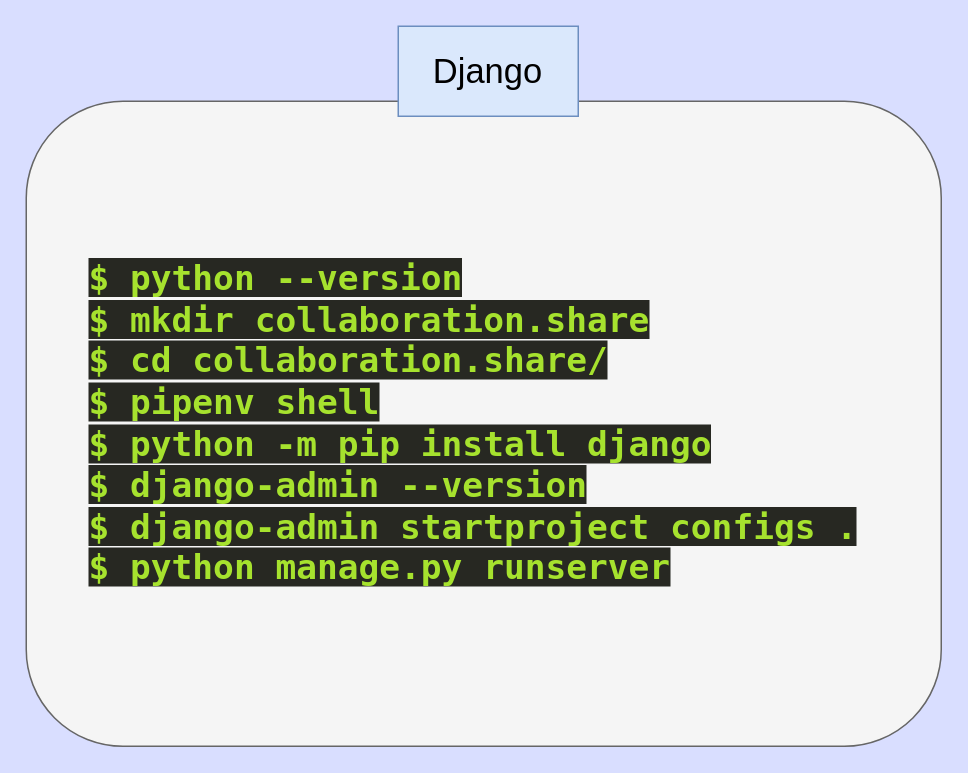
Earlier version of the draw.io diagram page "Django installation" (6 of 7) of Session 1.drawio (raminux/diagrams). Source tidied: cells renumbered, new cells numbered last; positions are measured from the earlier drawing's top-left corner, leaving out a move shared by most shapes. Both pictures are drawn from the tidied source at 150%, with x=0, y=0 at pixel (26, 26).
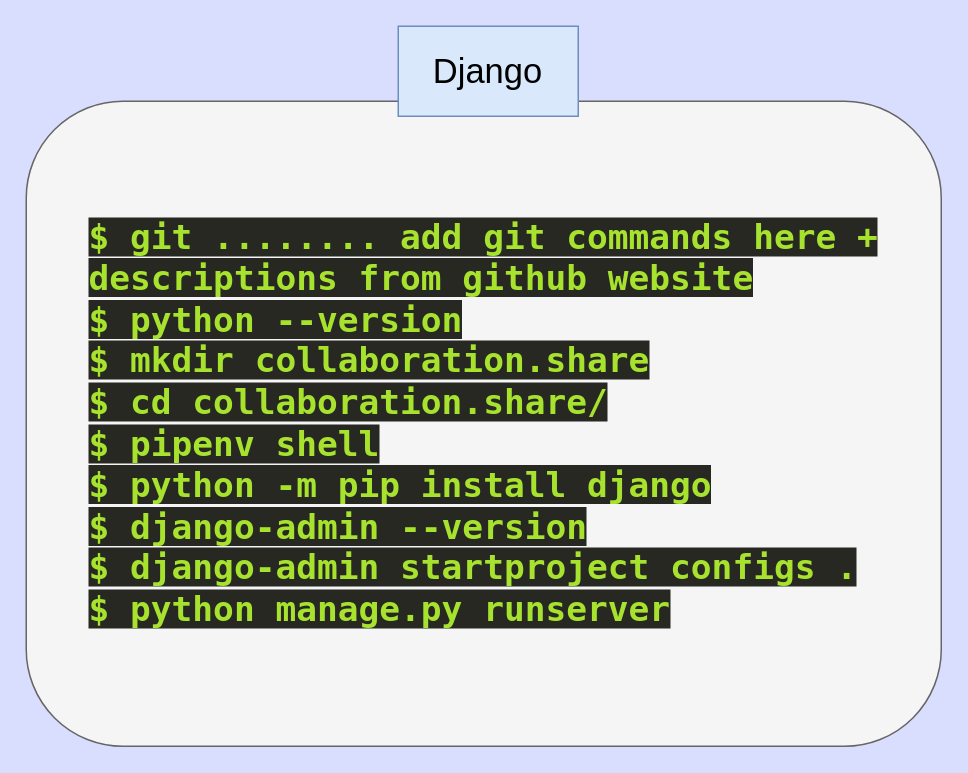
The same diagram, later.

Change to the diagram source:
```diff
@@
 <mxGraphModel background="#D9DEFF">
   <root>
     <mxCell id="0" />
     <mxCell id="1" parent="0" />
-    <mxCell id="2" value="&lt;div&gt;&lt;/div&gt;&lt;blockquote style=&quot;margin: 0 0 0 40px; border: none; padding: 0px;&quot;&gt;&lt;span style=&quot;background-color: rgb(39, 40, 34); color: rgb(166, 226, 46); font-family: &amp;quot;Droid Sans Mono&amp;quot;, &amp;quot;monospace&amp;quot;, monospace; font-size: 23px; font-weight: bold;&quot;&gt;$ python --version&lt;br&gt;&lt;/span&gt;&lt;span style=&quot;background-color: rgb(39, 40, 34); color: rgb(166, 226, 46); font-family: &amp;quot;Droid Sans Mono&amp;quot;, &amp;quot;monospace&amp;quot;, monospace; font-size: 23px; font-weight: bold;&quot;&gt;$ mkdir collaboration.share&lt;/span&gt;&lt;/blockquote&gt;&lt;blockquote style=&quot;margin: 0 0 0 40px; border: none; padding: 0px;&quot;&gt;&lt;span style=&quot;background-color: rgb(39, 40, 34); color: rgb(166, 226, 46); font-family: &amp;quot;Droid Sans Mono&amp;quot;, &amp;quot;monospace&amp;quot;, monospace; font-size: 23px; font-weight: bold;&quot;&gt;$ cd collaboration.share/&lt;br&gt;&lt;/span&gt;&lt;span style=&quot;background-color: rgb(39, 40, 34); color: rgb(166, 226, 46); font-family: &amp;quot;Droid Sans Mono&amp;quot;, &amp;quot;monospace&amp;quot;, monospace; font-size: 23px; font-weight: bold;&quot;&gt;$ pipenv shell&lt;br&gt;&lt;/span&gt;&lt;span style=&quot;background-color: rgb(39, 40, 34); color: rgb(166, 226, 46); font-family: &amp;quot;Droid Sans Mono&amp;quot;, &amp;quot;monospace&amp;quot;, monospace; font-size: 23px; font-weight: bold;&quot;&gt;$ python -m pip install django&lt;/span&gt;&lt;/blockquote&gt;&lt;blockquote style=&quot;margin: 0 0 0 40px; border: none; padding: 0px;&quot;&gt;&lt;span style=&quot;background-color: rgb(39, 40, 34); color: rgb(166, 226, 46); font-family: &amp;quot;Droid Sans Mono&amp;quot;, &amp;quot;monospace&amp;quot;, monospace; font-size: 23px; font-weight: bold;&quot;&gt;$ django-admin --version&lt;/span&gt;&lt;/blockquote&gt;&lt;blockquote style=&quot;margin: 0 0 0 40px; border: none; padding: 0px;&quot;&gt;&lt;span style=&quot;background-color: rgb(39, 40, 34); color: rgb(166, 226, 46); font-family: &amp;quot;Droid Sans Mono&amp;quot;, &amp;quot;monospace&amp;quot;, monospace; font-size: 23px; font-weight: bold;&quot;&gt;$ django-admin startproject configs .&lt;/span&gt;&lt;/blockquote&gt;&lt;blockquote style=&quot;margin: 0 0 0 40px; border: none; padding: 0px;&quot;&gt;&lt;span style=&quot;background-color: rgb(39, 40, 34); color: rgb(166, 226, 46); font-family: &amp;quot;Droid Sans Mono&amp;quot;, &amp;quot;monospace&amp;quot;, monospace; font-size: 23px; font-weight: bold;&quot;&gt;$ python manage.py runserver&lt;/span&gt;&lt;/blockquote&gt;" style="rounded=1;whiteSpace=wrap;html=1;fontSize=23;align=left;fillColor=#f5f5f5;fontColor=#333333;strokeColor=#666666;" parent="1" vertex="1">
+    <mxCell id="2" value="&lt;div&gt;&lt;/div&gt;&lt;blockquote style=&quot;margin: 0 0 0 40px; border: none; padding: 0px;&quot;&gt;&lt;span style=&quot;background-color: rgb(39, 40, 34); color: rgb(166, 226, 46); font-family: &amp;quot;Droid Sans Mono&amp;quot;, &amp;quot;monospace&amp;quot;, monospace; font-size: 23px; font-weight: bold;&quot;&gt;$ git ........ add git commands here + descriptions from github website&lt;/span&gt;&lt;/blockquote&gt;&lt;blockquote style=&quot;margin: 0 0 0 40px; border: none; padding: 0px;&quot;&gt;&lt;span style=&quot;background-color: rgb(39, 40, 34); color: rgb(166, 226, 46); font-family: &amp;quot;Droid Sans Mono&amp;quot;, &amp;quot;monospace&amp;quot;, monospace; font-size: 23px; font-weight: bold;&quot;&gt;$ python --version&lt;br&gt;&lt;/span&gt;&lt;span style=&quot;background-color: rgb(39, 40, 34); color: rgb(166, 226, 46); font-family: &amp;quot;Droid Sans Mono&amp;quot;, &amp;quot;monospace&amp;quot;, monospace; font-size: 23px; font-weight: bold;&quot;&gt;$ mkdir collaboration.share&lt;/span&gt;&lt;/blockquote&gt;&lt;blockquote style=&quot;margin: 0 0 0 40px; border: none; padding: 0px;&quot;&gt;&lt;span style=&quot;background-color: rgb(39, 40, 34); color: rgb(166, 226, 46); font-family: &amp;quot;Droid Sans Mono&amp;quot;, &amp;quot;monospace&amp;quot;, monospace; font-size: 23px; font-weight: bold;&quot;&gt;$ cd collaboration.share/&lt;br&gt;&lt;/span&gt;&lt;span style=&quot;background-color: rgb(39, 40, 34); color: rgb(166, 226, 46); font-family: &amp;quot;Droid Sans Mono&amp;quot;, &amp;quot;monospace&amp;quot;, monospace; font-size: 23px; font-weight: bold;&quot;&gt;$ pipenv shell&lt;br&gt;&lt;/span&gt;&lt;span style=&quot;background-color: rgb(39, 40, 34); color: rgb(166, 226, 46); font-family: &amp;quot;Droid Sans Mono&amp;quot;, &amp;quot;monospace&amp;quot;, monospace; font-size: 23px; font-weight: bold;&quot;&gt;$ python -m pip install django&lt;/span&gt;&lt;/blockquote&gt;&lt;blockquote style=&quot;margin: 0 0 0 40px; border: none; padding: 0px;&quot;&gt;&lt;span style=&quot;background-color: rgb(39, 40, 34); color: rgb(166, 226, 46); font-family: &amp;quot;Droid Sans Mono&amp;quot;, &amp;quot;monospace&amp;quot;, monospace; font-size: 23px; font-weight: bold;&quot;&gt;$ django-admin --version&lt;/span&gt;&lt;/blockquote&gt;&lt;blockquote style=&quot;margin: 0 0 0 40px; border: none; padding: 0px;&quot;&gt;&lt;span style=&quot;background-color: rgb(39, 40, 34); color: rgb(166, 226, 46); font-family: &amp;quot;Droid Sans Mono&amp;quot;, &amp;quot;monospace&amp;quot;, monospace; font-size: 23px; font-weight: bold;&quot;&gt;$ django-admin startproject configs .&lt;/span&gt;&lt;/blockquote&gt;&lt;blockquote style=&quot;margin: 0 0 0 40px; border: none; padding: 0px;&quot;&gt;&lt;span style=&quot;background-color: rgb(39, 40, 34); color: rgb(166, 226, 46); font-family: &amp;quot;Droid Sans Mono&amp;quot;, &amp;quot;monospace&amp;quot;, monospace; font-size: 23px; font-weight: bold;&quot;&gt;$ python manage.py runserver&lt;/span&gt;&lt;/blockquote&gt;" style="rounded=1;whiteSpace=wrap;html=1;fontSize=23;align=left;fillColor=#f5f5f5;fontColor=#333333;strokeColor=#666666;" parent="1" vertex="1">
       <mxGeometry y="50" width="610" height="430" as="geometry" />
     </mxCell>
     <mxCell id="3" value="Django" style="rounded=0;whiteSpace=wrap;html=1;fontSize=23;fillColor=#dae8fc;strokeColor=#6c8ebf;" parent="1" vertex="1">
       <mxGeometry x="248" width="120" height="60" as="geometry" />
     </mxCell>
   </root>
 </mxGraphModel>
```
